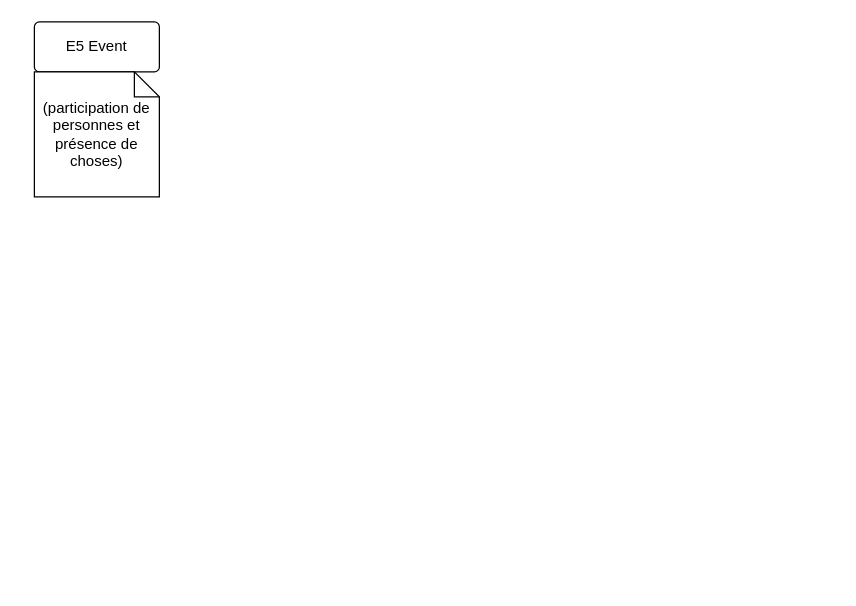
This is CIDOC CRM.drawio from Oeconomo/Mexican_natures, a draw.io file, before an edit. Source tidied: cells renumbered, new cells numbered last; positions are measured from the earlier drawing's top-left corner, leaving out a move shared by most shapes. Both pictures are drawn from the tidied source at 125%, with x=0, y=0 at pixel (34, 21).
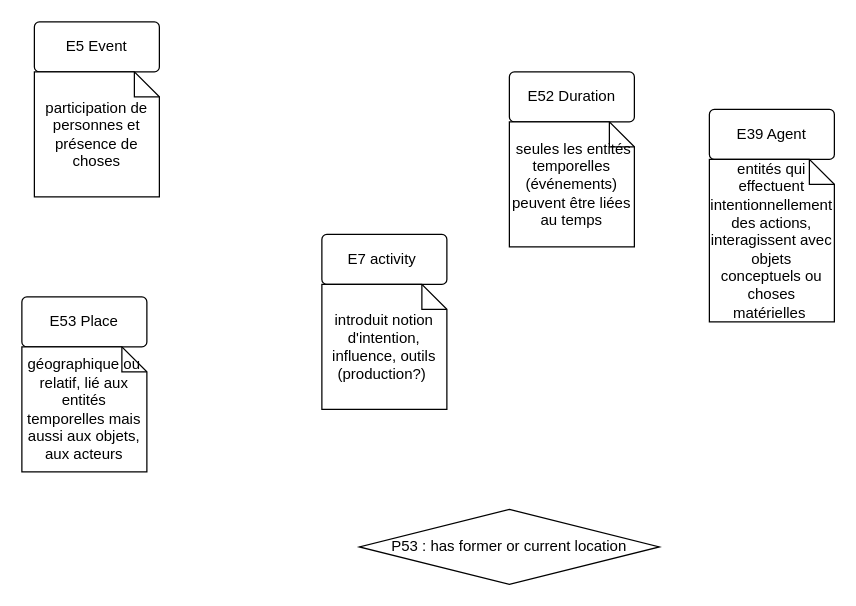
The same page after the edit.

What changed in the source:
```diff
@@
 <mxGraphModel>
   <root>
     <mxCell id="0" />
     <mxCell id="1" parent="0" />
     <mxCell id="2" value="E5 Event" style="rounded=1;arcSize=10;whiteSpace=wrap;html=1;align=center;" parent="1" vertex="1">
       <mxGeometry width="100" height="40" as="geometry" />
     </mxCell>
-    <mxCell id="3" value="&lt;div&gt;(participation de personnes et présence de choses)&lt;/div&gt;" style="shape=note;size=20;whiteSpace=wrap;html=1;" parent="1" vertex="1">
+    <mxCell id="3" value="&lt;div&gt;participation de personnes et présence de choses&lt;/div&gt;" style="shape=note;size=20;whiteSpace=wrap;html=1;" parent="1" vertex="1">
       <mxGeometry y="40" width="100" height="100" as="geometry" />
     </mxCell>
+    <mxCell id="4" value="&lt;div&gt;E7 activity&amp;nbsp;&lt;/div&gt;" style="rounded=1;arcSize=10;whiteSpace=wrap;html=1;align=center;" parent="1" vertex="1">
+      <mxGeometry x="230" y="170" width="100" height="40" as="geometry" />
+    </mxCell>
+    <mxCell id="5" value="&lt;div&gt;introduit notion d'intention, influence, outils  (production?)&amp;nbsp;&lt;/div&gt;" style="shape=note;size=20;whiteSpace=wrap;html=1;" parent="1" vertex="1">
+      <mxGeometry x="230" y="210" width="100" height="100" as="geometry" />
+    </mxCell>
+    <mxCell id="6" value="E52 Duration" style="rounded=1;arcSize=10;whiteSpace=wrap;html=1;align=center;" parent="1" vertex="1">
+      <mxGeometry x="380" y="40" width="100" height="40" as="geometry" />
+    </mxCell>
+    <mxCell id="7" value="&lt;div&gt;&amp;nbsp;seules les entités temporelles (événements) peuvent être liées au temps&lt;/div&gt;" style="shape=note;size=20;whiteSpace=wrap;html=1;" parent="1" vertex="1">
+      <mxGeometry x="380" y="80" width="100" height="100" as="geometry" />
+    </mxCell>
+    <mxCell id="8" value="&lt;div&gt;&lt;/div&gt;E53 Place" style="rounded=1;arcSize=10;whiteSpace=wrap;html=1;align=center;" parent="1" vertex="1">
+      <mxGeometry x="-10" y="220" width="100" height="40" as="geometry" />
+    </mxCell>
+    <mxCell id="9" value="&lt;div&gt;&lt;div&gt;géographique ou relatif, lié aux entités temporelles mais aussi aux objets, aux acteurs&lt;/div&gt;&lt;/div&gt;" style="shape=note;size=20;whiteSpace=wrap;html=1;" parent="1" vertex="1">
+      <mxGeometry x="-10" y="260" width="100" height="100" as="geometry" />
+    </mxCell>
+    <mxCell id="10" value="&lt;div&gt;E39 Agent&lt;/div&gt;" style="rounded=1;arcSize=10;whiteSpace=wrap;html=1;align=center;" parent="1" vertex="1">
+      <mxGeometry x="540" y="70" width="100" height="40" as="geometry" />
+    </mxCell>
+    <mxCell id="11" value="&lt;div&gt;entités qui effectuent intentionnellement des actions, interagissent avec objets conceptuels ou choses matérielles&amp;nbsp;&lt;/div&gt;" style="shape=note;size=20;whiteSpace=wrap;html=1;" parent="1" vertex="1">
+      <mxGeometry x="540" y="110" width="100" height="130" as="geometry" />
+    </mxCell>
+    <mxCell id="12" value="&lt;div&gt;&lt;div&gt;P53 : has former or current location&lt;/div&gt;&lt;/div&gt;" style="shape=rhombus;perimeter=rhombusPerimeter;whiteSpace=wrap;html=1;align=center;" parent="1" vertex="1">
+      <mxGeometry x="260" y="390" width="240" height="60" as="geometry" />
+    </mxCell>
   </root>
 </mxGraphModel>
```
